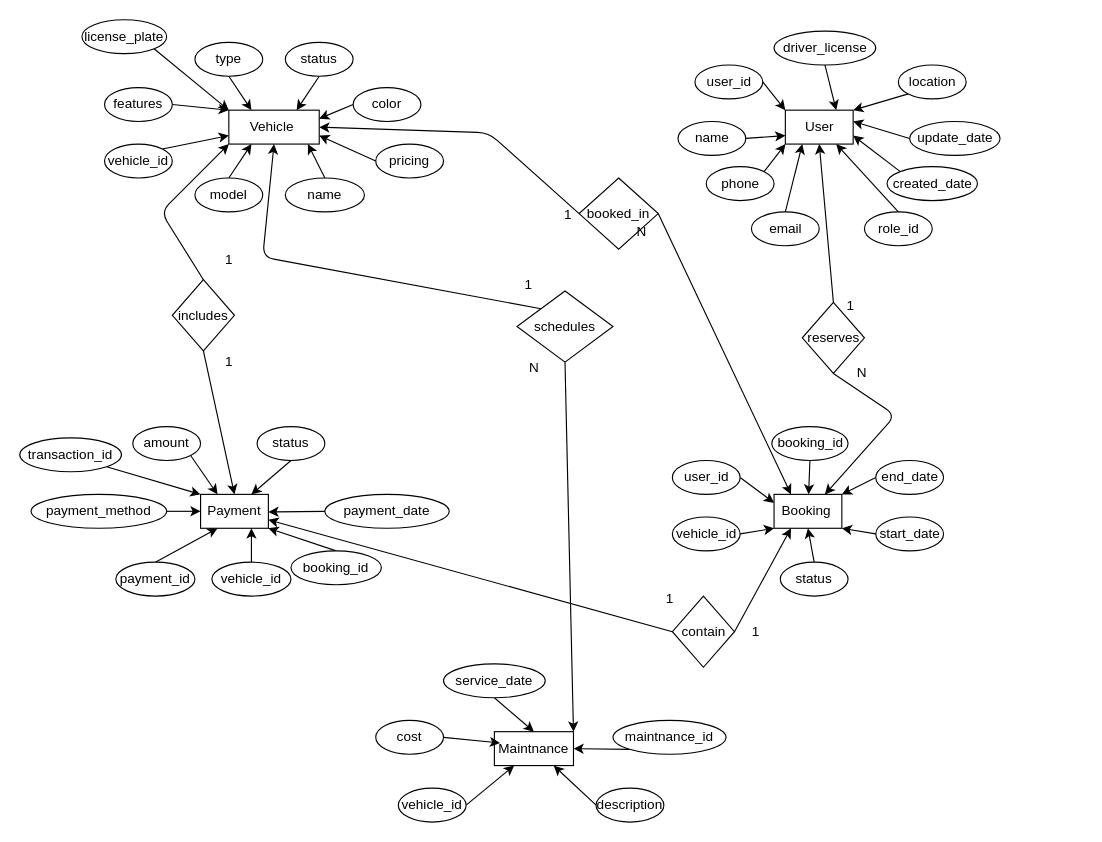
mohamedwaked05/BabiAuto keeps this draw.io diagram as docs/ERD.drawio. Above is the earlier version. Source tidied: cells renumbered, new cells numbered last; positions are measured from the earlier drawing's top-left corner, leaving out a move shared by most shapes. Both pictures are drawn from the tidied source at 113%, with x=0, y=0 at pixel (19, 19).
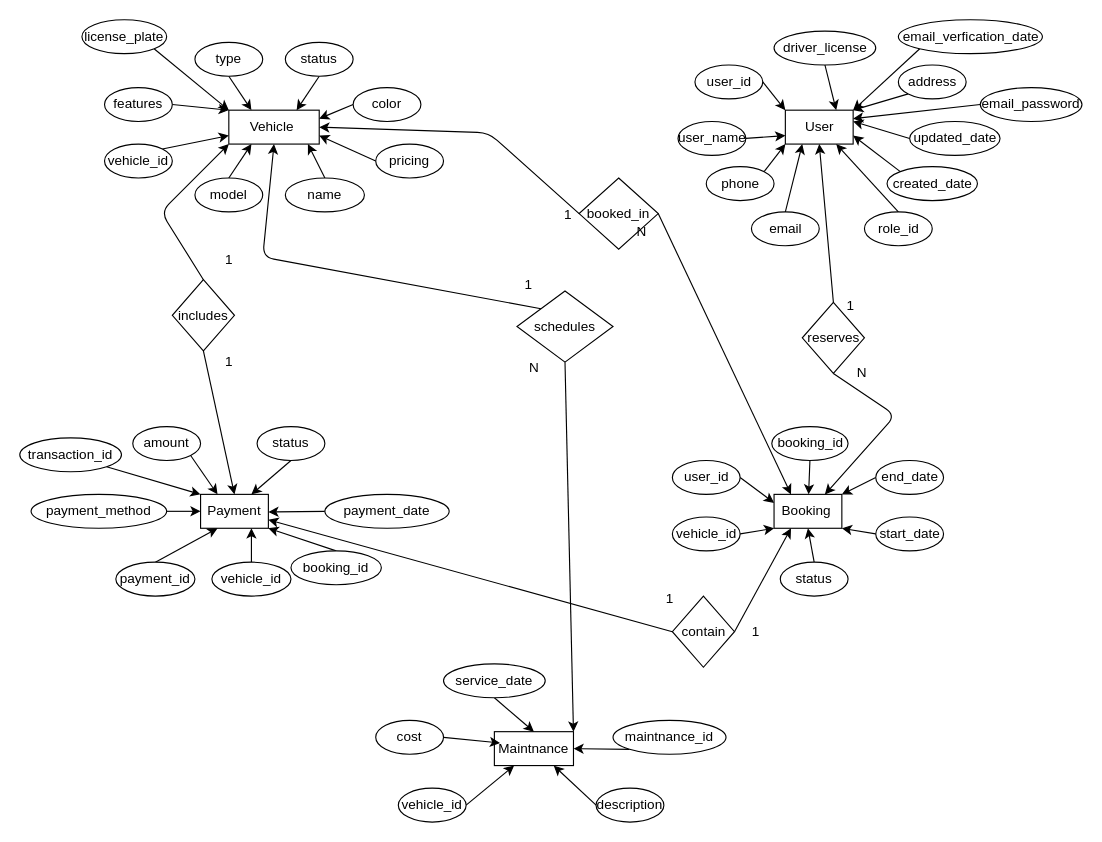
The same diagram, later.

Unchanged cells that the change refers to:
```xml
<mxCell id="2" value="User" style="whiteSpace=wrap;html=1;" parent="1" vertex="1">
  <mxGeometry x="677.5" y="80" width="60" height="30" as="geometry" />
</mxCell>
```

Change to the diagram source:
```diff
@@
-    <mxCell id="9" value="name" style="ellipse;whiteSpace=wrap;html=1;" parent="1" vertex="1">
+    <mxCell id="9" value="user_name" style="ellipse;whiteSpace=wrap;html=1;" parent="1" vertex="1">
       <mxGeometry x="582.5" y="90" width="60" height="30" as="geometry" />
     </mxCell>
@@
-    <mxCell id="17" value="location" style="ellipse;whiteSpace=wrap;html=1;" parent="1" vertex="1">
+    <mxCell id="17" value="address" style="ellipse;whiteSpace=wrap;html=1;" parent="1" vertex="1">
       <mxGeometry x="777.5" y="40" width="60" height="30" as="geometry" />
     </mxCell>
@@
-    <mxCell id="25" value="update_date" style="ellipse;whiteSpace=wrap;html=1;" parent="1" vertex="1">
+    <mxCell id="25" value="updated_date" style="ellipse;whiteSpace=wrap;html=1;" parent="1" vertex="1">
       <mxGeometry x="787.5" y="90" width="80" height="30" as="geometry" />
     </mxCell>
@@
+    <mxCell id="107" style="edgeStyle=none;html=1;exitX=0;exitY=0.5;exitDx=0;exitDy=0;entryX=1;entryY=0.25;entryDx=0;entryDy=0;" parent="1" edge="1" source="108" target="2">
+      <mxGeometry relative="1" as="geometry" />
+    </mxCell>
+    <mxCell id="108" value="email_password" style="ellipse;whiteSpace=wrap;html=1;" parent="1" vertex="1">
+      <mxGeometry x="850" y="60" width="90" height="30" as="geometry" />
+    </mxCell>
+    <mxCell id="109" style="edgeStyle=none;html=1;exitX=0;exitY=1;exitDx=0;exitDy=0;entryX=1;entryY=0;entryDx=0;entryDy=0;" parent="1" edge="1" source="110" target="2">
+      <mxGeometry relative="1" as="geometry" />
+    </mxCell>
+    <mxCell id="110" value="email_verfication_date" style="ellipse;whiteSpace=wrap;html=1;" parent="1" vertex="1">
+      <mxGeometry x="777.5" width="127.5" height="30" as="geometry" />
+    </mxCell>
```
